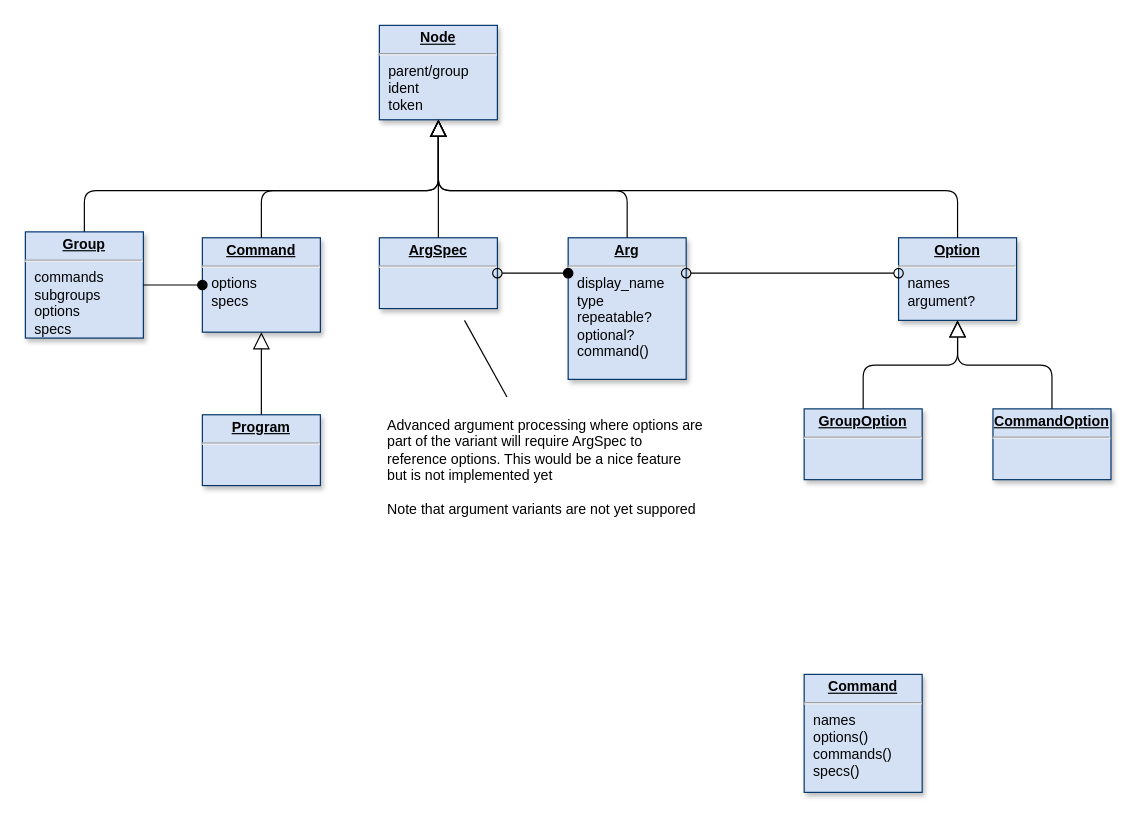
clrgit/shellopts keeps this draw.io diagram as page "Grammar" (2 of 7) of doc/diagram.drawio. Above is the earlier version. Source tidied: cells renumbered, new cells numbered last; positions are measured from the earlier drawing's top-left corner, leaving out a move shared by most shapes. Both pictures are drawn from the tidied source at 118%, with x=0, y=0 at pixel (25, 25).
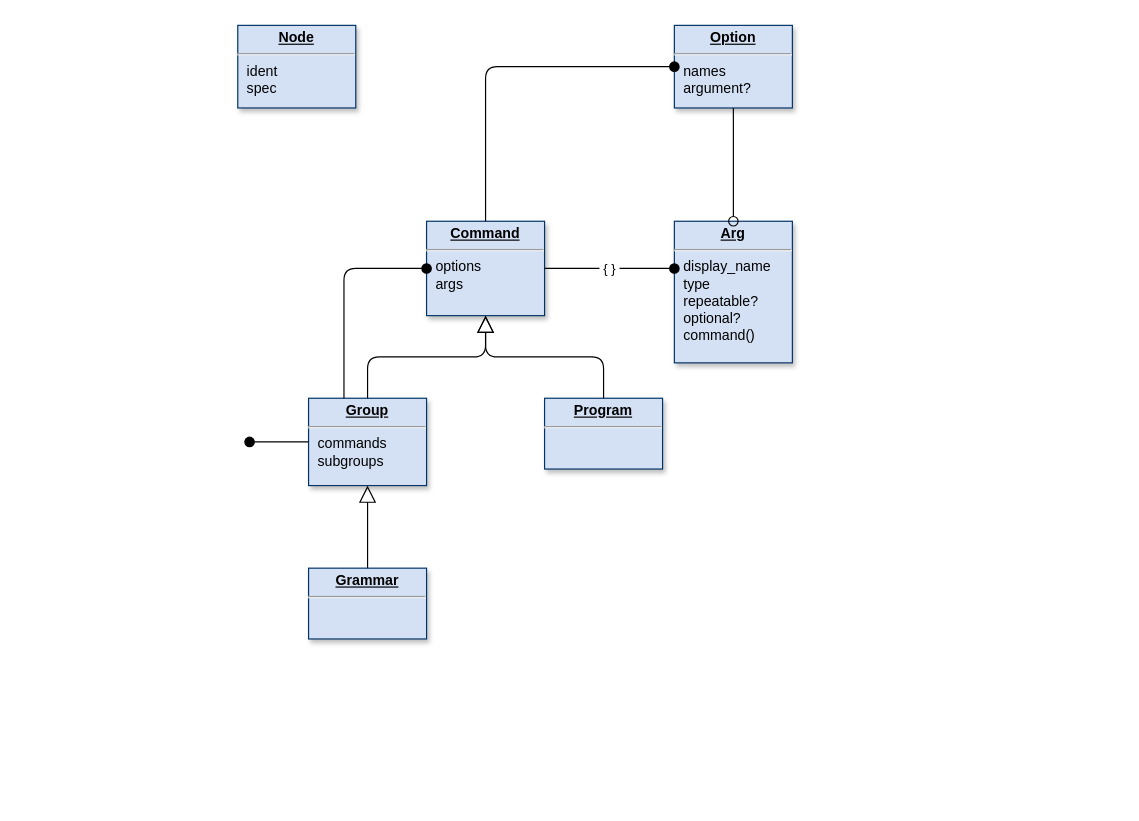
The same diagram, later.

Commit message (it also covers changes not shown here):
Cleaned up grammar data structure

The edit, as a diff of the source:
```diff
@@
-    <mxCell id="2" value="&lt;p style=&quot;margin: 0px ; margin-top: 4px ; text-align: center ; text-decoration: underline&quot;&gt;&lt;b&gt;Node&lt;/b&gt;&lt;/p&gt;&lt;hr&gt;&lt;p style=&quot;margin: 0px ; margin-left: 8px&quot;&gt;parent/group&lt;/p&gt;&lt;p style=&quot;margin: 0px ; margin-left: 8px&quot;&gt;ident&lt;/p&gt;&lt;p style=&quot;margin: 0px ; margin-left: 8px&quot;&gt;token&lt;/p&gt;" style="verticalAlign=top;align=left;overflow=fill;fontSize=12;fontFamily=Helvetica;html=1;shadow=1;strokeColor=#003366;fillColor=#D4E1F5;" parent="1" vertex="1">
-      <mxGeometry x="300" width="100" height="80" as="geometry" />
+    <mxCell id="2" value="&lt;p style=&quot;margin: 0px ; margin-top: 4px ; text-align: center ; text-decoration: underline&quot;&gt;&lt;b&gt;Node&lt;/b&gt;&lt;/p&gt;&lt;hr&gt;&lt;p style=&quot;margin: 0px ; margin-left: 8px&quot;&gt;&lt;span&gt;ident&lt;/span&gt;&lt;br&gt;&lt;/p&gt;&lt;p style=&quot;margin: 0px ; margin-left: 8px&quot;&gt;spec&lt;/p&gt;" style="verticalAlign=top;align=left;overflow=fill;fontSize=12;fontFamily=Helvetica;html=1;shadow=1;strokeColor=#003366;fillColor=#D4E1F5;" parent="1" vertex="1">
+      <mxGeometry x="180" width="100" height="70" as="geometry" />
     </mxCell>
     <mxCell id="3" value="&lt;p style=&quot;margin: 0px ; margin-top: 4px ; text-align: center ; text-decoration: underline&quot;&gt;&lt;b&gt;Option&lt;/b&gt;&lt;/p&gt;&lt;hr&gt;&lt;p style=&quot;margin: 0px ; margin-left: 8px&quot;&gt;&lt;span&gt;names&lt;/span&gt;&lt;br&gt;&lt;/p&gt;&lt;p style=&quot;margin: 0px ; margin-left: 8px&quot;&gt;&lt;span&gt;argument?&lt;/span&gt;&lt;/p&gt;" style="verticalAlign=top;align=left;overflow=fill;fontSize=12;fontFamily=Helvetica;html=1;shadow=1;strokeColor=#003366;fillColor=#D4E1F5;" parent="1" vertex="1">
-      <mxGeometry x="740" y="180" width="100" height="70" as="geometry" />
+      <mxGeometry x="550" width="100" height="70" as="geometry" />
     </mxCell>
-    <mxCell id="4" value="&lt;p style=&quot;margin: 0px ; margin-top: 4px ; text-align: center ; text-decoration: underline&quot;&gt;&lt;b&gt;Command&lt;/b&gt;&lt;/p&gt;&lt;hr&gt;&lt;p style=&quot;margin: 0px ; margin-left: 8px&quot;&gt;&lt;span&gt;names&lt;/span&gt;&lt;br&gt;&lt;/p&gt;&lt;p style=&quot;margin: 0px ; margin-left: 8px&quot;&gt;&lt;span&gt;options()&lt;/span&gt;&lt;/p&gt;&lt;p style=&quot;margin: 0px ; margin-left: 8px&quot;&gt;&lt;span&gt;commands()&lt;/span&gt;&lt;/p&gt;&lt;p style=&quot;margin: 0px ; margin-left: 8px&quot;&gt;&lt;span&gt;specs()&lt;/span&gt;&lt;/p&gt;" style="verticalAlign=top;align=left;overflow=fill;fontSize=12;fontFamily=Helvetica;html=1;shadow=1;strokeColor=#003366;fillColor=#D4E1F5;" parent="1" vertex="1">
-      <mxGeometry x="660" y="550" width="100" height="100" as="geometry" />
-    </mxCell>
     <mxCell id="5" value="&lt;p style=&quot;margin: 0px ; margin-top: 4px ; text-align: center ; text-decoration: underline&quot;&gt;&lt;b&gt;Program&lt;/b&gt;&lt;/p&gt;&lt;hr&gt;&lt;p style=&quot;margin: 0px ; margin-left: 8px&quot;&gt;&lt;br&gt;&lt;/p&gt;" style="verticalAlign=top;align=left;overflow=fill;fontSize=12;fontFamily=Helvetica;html=1;shadow=1;strokeColor=#003366;fillColor=#D4E1F5;" parent="1" vertex="1">
-      <mxGeometry x="150" y="330" width="100" height="60" as="geometry" />
+      <mxGeometry x="440" y="316" width="100" height="60" as="geometry" />
     </mxCell>
     <mxCell id="6" value="&lt;p style=&quot;margin: 0px ; margin-top: 4px ; text-align: center ; text-decoration: underline&quot;&gt;&lt;b&gt;Arg&lt;/b&gt;&lt;/p&gt;&lt;hr&gt;&lt;p style=&quot;margin: 0px 0px 0px 8px&quot;&gt;&lt;span&gt;display_name&lt;/span&gt;&lt;br&gt;&lt;/p&gt;&lt;p style=&quot;margin: 0px ; margin-left: 8px&quot;&gt;&lt;span&gt;type&lt;/span&gt;&lt;br&gt;&lt;/p&gt;&lt;p style=&quot;margin: 0px ; margin-left: 8px&quot;&gt;&lt;span&gt;repeatable?&lt;/span&gt;&lt;br&gt;&lt;/p&gt;&lt;p style=&quot;margin: 0px ; margin-left: 8px&quot;&gt;optional?&lt;/p&gt;&lt;p style=&quot;margin: 0px ; margin-left: 8px&quot;&gt;command()&lt;/p&gt;" style="verticalAlign=top;align=left;overflow=fill;fontSize=12;fontFamily=Helvetica;html=1;shadow=1;strokeColor=#003366;fillColor=#D4E1F5;" parent="1" vertex="1">
-      <mxGeometry x="460" y="180" width="100" height="120" as="geometry" />
+      <mxGeometry x="550" y="166" width="100" height="120" as="geometry" />
     </mxCell>
-    <mxCell id="7" value="&lt;p style=&quot;margin: 0px ; margin-top: 4px ; text-align: center ; text-decoration: underline&quot;&gt;&lt;b&gt;ArgSpec&lt;/b&gt;&lt;/p&gt;&lt;hr&gt;&lt;p style=&quot;margin: 0px ; margin-left: 8px&quot;&gt;&lt;br&gt;&lt;/p&gt;" style="verticalAlign=top;align=left;overflow=fill;fontSize=12;fontFamily=Helvetica;html=1;shadow=1;strokeColor=#003366;fillColor=#D4E1F5;" parent="1" vertex="1">
-      <mxGeometry x="300" y="180" width="100" height="60" as="geometry" />
-    </mxCell>
-    <mxCell id="8" style="endArrow=oval;endSize=8;startArrow=oval;startSize=8;startFill=0;edgeStyle=orthogonalEdgeStyle;html=1;endFill=1;" parent="1" edge="1" source="7" target="6">
-      <mxGeometry x="1479.5" y="855" as="geometry">
-        <Array as="points">
-          <mxPoint x="420" y="210" />
-          <mxPoint x="420" y="210" />
-        </Array>
-      </mxGeometry>
-    </mxCell>
-    <mxCell id="9" style="align=left;verticalAlign=top;labelBackgroundColor=#ffffff;fontSize=10;strokeColor=#003366;shadow=1;fillColor=#D4E1F5;fontColor=#003366;html=1;" parent="8" vertex="1">
-      <mxGeometry x="-1" relative="1" as="geometry">
-        <mxPoint x="10" as="offset" />
-      </mxGeometry>
-    </mxCell>
-    <mxCell id="10" style="align=right;verticalAlign=top;labelBackgroundColor=#ffffff;fontSize=10;strokeColor=#003366;shadow=1;fillColor=#D4E1F5;fontColor=#003366;html=1;" parent="8" vertex="1">
-      <mxGeometry x="1" relative="1" as="geometry">
-        <mxPoint x="20" y="-25" as="offset" />
-      </mxGeometry>
-    </mxCell>
-    <mxCell id="11" style="endArrow=oval;endSize=8;startArrow=oval;startSize=8;startFill=0;edgeStyle=orthogonalEdgeStyle;html=1;endFill=0;labelBackgroundColor=#FFFFFF;" parent="1" edge="1" source="6" target="3">
-      <mxGeometry x="1680" y="425" as="geometry">
-        <Array as="points">
-          <mxPoint x="590" y="210" />
-          <mxPoint x="590" y="210" />
-        </Array>
-      </mxGeometry>
-    </mxCell>
-    <mxCell id="12" style="align=left;verticalAlign=top;labelBackgroundColor=#ffffff;fontSize=10;strokeColor=#003366;shadow=1;fillColor=#D4E1F5;fontColor=#003366;html=1;" parent="11" vertex="1">
-      <mxGeometry x="-1" relative="1" as="geometry">
-        <mxPoint x="10" as="offset" />
-      </mxGeometry>
-    </mxCell>
-    <mxCell id="13" style="align=right;verticalAlign=top;labelBackgroundColor=#ffffff;fontSize=10;strokeColor=#003366;shadow=1;fillColor=#D4E1F5;fontColor=#003366;html=1;" parent="11" vertex="1">
-      <mxGeometry x="1" relative="1" as="geometry">
-        <mxPoint x="20" y="-25" as="offset" />
-      </mxGeometry>
-    </mxCell>
-    <mxCell id="14" style="endArrow=none;html=1;sourcePerimeterSpacing=10;startSize=0;targetPerimeterSpacing=10;labelBackgroundColor=#FFFFFF;" parent="1" edge="1" source="7" target="15">
-      <mxGeometry relative="1" as="geometry" />
-    </mxCell>
-    <mxCell id="15" value="Advanced argument processing where options are part of the variant will require ArgSpec to reference options. This would be a nice feature but is not implemented yet&lt;br&gt;&lt;br&gt;Note that argument variants are not yet suppored" style="text;html=1;strokeColor=none;fillColor=none;align=left;verticalAlign=top;whiteSpace=wrap;rounded=0;labelPosition=center;verticalLabelPosition=middle;" parent="1" vertex="1">
-      <mxGeometry x="305" y="325" width="270" height="95" as="geometry" />
-    </mxCell>
-    <mxCell id="16" style="endArrow=block;endFill=0;endSize=12;html=1;edgeStyle=elbowEdgeStyle;labelBackgroundColor=#FFFFFF;elbow=vertical;exitX=0.5;exitY=0;exitDx=0;exitDy=0;entryX=0.5;entryY=1;entryDx=0;entryDy=0;" parent="1" edge="1" source="6" target="2">
-      <mxGeometry relative="1" as="geometry">
-        <Array as="points">
-          <mxPoint x="490" y="140" />
-          <mxPoint x="460" y="170" />
-          <mxPoint x="450" y="160" />
-          <mxPoint x="520" y="140" />
-        </Array>
-      </mxGeometry>
-    </mxCell>
-    <mxCell id="17" style="endArrow=block;endFill=0;endSize=12;html=1;edgeStyle=elbowEdgeStyle;labelBackgroundColor=#FFFFFF;elbow=vertical;entryX=0.5;entryY=1;entryDx=0;entryDy=0;exitX=0.5;exitY=0;exitDx=0;exitDy=0;" parent="1" edge="1" source="7" target="2">
-      <mxGeometry relative="1" as="geometry">
-        <Array as="points">
-          <mxPoint x="400" y="140" />
-          <mxPoint x="400" y="135" />
-        </Array>
-      </mxGeometry>
-    </mxCell>
-    <mxCell id="18" style="endArrow=block;endFill=0;endSize=12;html=1;edgeStyle=elbowEdgeStyle;labelBackgroundColor=#FFFFFF;elbow=vertical;" parent="1" edge="1" source="3" target="2">
-      <mxGeometry relative="1" as="geometry">
-        <Array as="points">
-          <mxPoint x="600" y="140" />
-        </Array>
-      </mxGeometry>
-    </mxCell>
-    <mxCell id="19" value="&lt;p style=&quot;margin: 0px ; margin-top: 4px ; text-align: center ; text-decoration: underline&quot;&gt;&lt;b&gt;Group&lt;/b&gt;&lt;/p&gt;&lt;hr&gt;&lt;p style=&quot;margin: 0px ; margin-left: 8px&quot;&gt;&lt;span&gt;commands&lt;/span&gt;&lt;br&gt;&lt;/p&gt;&lt;p style=&quot;margin: 0px ; margin-left: 8px&quot;&gt;&lt;span&gt;subgroups&lt;/span&gt;&lt;/p&gt;&lt;p style=&quot;margin: 0px ; margin-left: 8px&quot;&gt;&lt;span&gt;options&lt;/span&gt;&lt;/p&gt;&lt;p style=&quot;margin: 0px ; margin-left: 8px&quot;&gt;&lt;span&gt;specs&lt;/span&gt;&lt;/p&gt;&lt;p style=&quot;margin: 0px ; margin-left: 8px&quot;&gt;&lt;br&gt;&lt;/p&gt;" style="verticalAlign=top;align=left;overflow=fill;fontSize=12;fontFamily=Helvetica;html=1;shadow=1;strokeColor=#003366;fillColor=#D4E1F5;" parent="1" vertex="1">
-      <mxGeometry y="175" width="100" height="90" as="geometry" />
+    <mxCell id="19" value="&lt;p style=&quot;margin: 0px ; margin-top: 4px ; text-align: center ; text-decoration: underline&quot;&gt;&lt;b&gt;Group&lt;/b&gt;&lt;/p&gt;&lt;hr&gt;&lt;p style=&quot;margin: 0px ; margin-left: 8px&quot;&gt;&lt;span&gt;commands&lt;/span&gt;&lt;br&gt;&lt;/p&gt;&lt;p style=&quot;margin: 0px ; margin-left: 8px&quot;&gt;&lt;span&gt;subgroups&lt;/span&gt;&lt;/p&gt;&lt;p style=&quot;margin: 0px ; margin-left: 8px&quot;&gt;&lt;br&gt;&lt;/p&gt;" style="verticalAlign=top;align=left;overflow=fill;fontSize=12;fontFamily=Helvetica;html=1;shadow=1;strokeColor=#003366;fillColor=#D4E1F5;" parent="1" vertex="1">
+      <mxGeometry x="240" y="316" width="100" height="74" as="geometry" />
     </mxCell>
-    <mxCell id="20" value="&lt;p style=&quot;margin: 0px ; margin-top: 4px ; text-align: center ; text-decoration: underline&quot;&gt;&lt;b&gt;Command&lt;/b&gt;&lt;/p&gt;&lt;hr&gt;&lt;p style=&quot;margin: 0px ; margin-left: 8px&quot;&gt;&lt;span&gt;options&lt;/span&gt;&lt;br&gt;&lt;/p&gt;&lt;p style=&quot;margin: 0px ; margin-left: 8px&quot;&gt;specs&lt;/p&gt;" style="verticalAlign=top;align=left;overflow=fill;fontSize=12;fontFamily=Helvetica;html=1;shadow=1;strokeColor=#003366;fillColor=#D4E1F5;" parent="1" vertex="1">
-      <mxGeometry x="150" y="180" width="100" height="80" as="geometry" />
+    <mxCell id="20" value="&lt;p style=&quot;margin: 0px ; margin-top: 4px ; text-align: center ; text-decoration: underline&quot;&gt;&lt;b&gt;Command&lt;/b&gt;&lt;/p&gt;&lt;hr&gt;&lt;p style=&quot;margin: 0px ; margin-left: 8px&quot;&gt;&lt;span&gt;options&lt;/span&gt;&lt;br&gt;&lt;/p&gt;&lt;p style=&quot;margin: 0px ; margin-left: 8px&quot;&gt;args&lt;/p&gt;" style="verticalAlign=top;align=left;overflow=fill;fontSize=12;fontFamily=Helvetica;html=1;shadow=1;strokeColor=#003366;fillColor=#D4E1F5;" parent="1" vertex="1">
+      <mxGeometry x="340" y="166" width="100" height="80" as="geometry" />
     </mxCell>
-    <mxCell id="21" style="endArrow=oval;endSize=8;startArrow=none;startSize=8;startFill=0;edgeStyle=orthogonalEdgeStyle;html=1;endFill=1;" parent="1" edge="1" source="19" target="20">
-      <mxGeometry x="1330" y="785" as="geometry" />
-    </mxCell>
-    <mxCell id="22" style="align=left;verticalAlign=top;labelBackgroundColor=#ffffff;fontSize=10;strokeColor=#003366;shadow=1;fillColor=#D4E1F5;fontColor=#003366;html=1;" parent="21" vertex="1">
-      <mxGeometry x="-1" relative="1" as="geometry">
-        <mxPoint x="10" as="offset" />
-      </mxGeometry>
-    </mxCell>
-    <mxCell id="23" style="align=right;verticalAlign=top;labelBackgroundColor=#ffffff;fontSize=10;strokeColor=#003366;shadow=1;fillColor=#D4E1F5;fontColor=#003366;html=1;" parent="21" vertex="1">
-      <mxGeometry x="1" relative="1" as="geometry">
-        <mxPoint x="20" y="-25" as="offset" />
-      </mxGeometry>
-    </mxCell>
-    <mxCell id="24" style="endArrow=block;endFill=0;endSize=12;html=1;labelBackgroundColor=#FFFFFF;elbow=vertical;edgeStyle=elbowEdgeStyle;entryX=0.5;entryY=1;entryDx=0;entryDy=0;" parent="1" edge="1" source="20" target="2">
-      <mxGeometry relative="1" as="geometry">
-        <Array as="points">
-          <mxPoint x="300" y="140" />
-          <mxPoint x="200" y="120" />
-          <mxPoint x="130" y="140" />
-        </Array>
-      </mxGeometry>
-    </mxCell>
@@
-    <mxCell id="26" style="endArrow=block;endFill=0;endSize=12;html=1;labelBackgroundColor=#FFFFFF;elbow=vertical;edgeStyle=elbowEdgeStyle;" parent="1" edge="1" source="19" target="2">
-      <mxGeometry relative="1" as="geometry">
-        <Array as="points">
-          <mxPoint x="190" y="140" />
-        </Array>
-      </mxGeometry>
-    </mxCell>
-    <mxCell id="27" value="&lt;p style=&quot;margin: 0px ; margin-top: 4px ; text-align: center ; text-decoration: underline&quot;&gt;&lt;b&gt;GroupOption&lt;/b&gt;&lt;/p&gt;&lt;hr&gt;&lt;p style=&quot;margin: 0px ; margin-left: 8px&quot;&gt;&lt;br&gt;&lt;/p&gt;" style="verticalAlign=top;align=left;overflow=fill;fontSize=12;fontFamily=Helvetica;html=1;shadow=1;strokeColor=#003366;fillColor=#D4E1F5;" parent="1" vertex="1">
-      <mxGeometry x="660" y="325" width="100" height="60" as="geometry" />
-    </mxCell>
-    <mxCell id="28" value="&lt;p style=&quot;margin: 0px ; margin-top: 4px ; text-align: center ; text-decoration: underline&quot;&gt;&lt;b&gt;CommandOption&lt;/b&gt;&lt;/p&gt;&lt;hr&gt;&lt;p style=&quot;margin: 0px ; margin-left: 8px&quot;&gt;&lt;br&gt;&lt;/p&gt;" style="verticalAlign=top;align=left;overflow=fill;fontSize=12;fontFamily=Helvetica;html=1;shadow=1;strokeColor=#003366;fillColor=#D4E1F5;" parent="1" vertex="1">
-      <mxGeometry x="820" y="325" width="100" height="60" as="geometry" />
-    </mxCell>
-    <mxCell id="29" style="endArrow=block;endFill=0;endSize=12;html=1;labelBackgroundColor=#FFFFFF;elbow=vertical;edgeStyle=elbowEdgeStyle;" parent="1" edge="1" source="27" target="3">
-      <mxGeometry relative="1" as="geometry" />
-    </mxCell>
-    <mxCell id="30" style="endArrow=block;endFill=0;endSize=12;html=1;labelBackgroundColor=#FFFFFF;elbow=vertical;edgeStyle=elbowEdgeStyle;" parent="1" edge="1" source="28" target="3">
-      <mxGeometry relative="1" as="geometry" />
-    </mxCell>
+    <mxCell id="31" style="endArrow=block;endFill=0;endSize=12;html=1;labelBackgroundColor=#FFFFFF;elbow=vertical;edgeStyle=elbowEdgeStyle;" parent="1" edge="1" source="19" target="20">
+      <mxGeometry relative="1" as="geometry" />
+    </mxCell>
+    <mxCell id="32" value="&lt;p style=&quot;margin: 0px ; margin-top: 4px ; text-align: center ; text-decoration: underline&quot;&gt;&lt;b&gt;Grammar&lt;/b&gt;&lt;/p&gt;&lt;hr&gt;&lt;p style=&quot;margin: 0px ; margin-left: 8px&quot;&gt;&lt;br&gt;&lt;/p&gt;" style="verticalAlign=top;align=left;overflow=fill;fontSize=12;fontFamily=Helvetica;html=1;shadow=1;strokeColor=#003366;fillColor=#D4E1F5;" parent="1" vertex="1">
+      <mxGeometry x="240" y="460" width="100" height="60" as="geometry" />
+    </mxCell>
+    <mxCell id="33" style="endArrow=block;endFill=0;endSize=12;html=1;labelBackgroundColor=#FFFFFF;elbow=vertical;edgeStyle=elbowEdgeStyle;" parent="1" edge="1" source="32" target="19">
+      <mxGeometry relative="1" as="geometry" />
+    </mxCell>
+    <mxCell id="34" style="endArrow=oval;endSize=8;startArrow=none;startSize=8;startFill=0;edgeStyle=orthogonalEdgeStyle;html=1;endFill=1;" parent="1" edge="1" source="20" target="3">
+      <mxGeometry x="1320" y="415" as="geometry">
+        <Array as="points">
+          <mxPoint x="390" y="35" />
+        </Array>
+      </mxGeometry>
+    </mxCell>
+    <mxCell id="35" style="align=left;verticalAlign=top;labelBackgroundColor=#ffffff;fontSize=10;strokeColor=#003366;shadow=1;fillColor=#D4E1F5;fontColor=#003366;html=1;" parent="34" vertex="1">
+      <mxGeometry x="-1" relative="1" as="geometry">
+        <mxPoint x="10" as="offset" />
+      </mxGeometry>
+    </mxCell>
+    <mxCell id="36" style="align=right;verticalAlign=top;labelBackgroundColor=#ffffff;fontSize=10;strokeColor=#003366;shadow=1;fillColor=#D4E1F5;fontColor=#003366;html=1;" parent="34" vertex="1">
+      <mxGeometry x="1" relative="1" as="geometry">
+        <mxPoint x="20" y="-25" as="offset" />
+      </mxGeometry>
+    </mxCell>
+    <mxCell id="37" value="&amp;nbsp;{ }&amp;nbsp;" style="endArrow=oval;endSize=8;startArrow=none;startSize=8;startFill=0;edgeStyle=orthogonalEdgeStyle;html=1;endFill=1;" parent="1" edge="1" source="20" target="6">
+      <mxGeometry x="1640" y="485" as="geometry">
+        <Array as="points">
+          <mxPoint x="510" y="206" />
+          <mxPoint x="510" y="206" />
+        </Array>
+      </mxGeometry>
+    </mxCell>
+    <mxCell id="38" style="align=left;verticalAlign=top;labelBackgroundColor=#ffffff;fontSize=10;strokeColor=#003366;shadow=1;fillColor=#D4E1F5;fontColor=#003366;html=1;" parent="37" vertex="1">
+      <mxGeometry x="-1" relative="1" as="geometry">
+        <mxPoint x="10" as="offset" />
+      </mxGeometry>
+    </mxCell>
+    <mxCell id="39" style="align=right;verticalAlign=top;labelBackgroundColor=#ffffff;fontSize=10;strokeColor=#003366;shadow=1;fillColor=#D4E1F5;fontColor=#003366;html=1;" parent="37" vertex="1">
+      <mxGeometry x="1" relative="1" as="geometry">
+        <mxPoint x="20" y="-25" as="offset" />
+      </mxGeometry>
+    </mxCell>
+    <mxCell id="40" style="endArrow=oval;endSize=8;startArrow=none;startSize=8;startFill=0;edgeStyle=orthogonalEdgeStyle;html=1;endFill=0;" parent="1" edge="1" source="3" target="6">
+      <mxGeometry x="1740" y="445" as="geometry" />
+    </mxCell>
+    <mxCell id="41" style="align=left;verticalAlign=top;labelBackgroundColor=#ffffff;fontSize=10;strokeColor=#003366;shadow=1;fillColor=#D4E1F5;fontColor=#003366;html=1;" parent="40" vertex="1">
+      <mxGeometry x="-1" relative="1" as="geometry">
+        <mxPoint x="10" as="offset" />
+      </mxGeometry>
+    </mxCell>
+    <mxCell id="42" style="align=right;verticalAlign=top;labelBackgroundColor=#ffffff;fontSize=10;strokeColor=#003366;shadow=1;fillColor=#D4E1F5;fontColor=#003366;html=1;" parent="40" vertex="1">
+      <mxGeometry x="1" relative="1" as="geometry">
+        <mxPoint x="20" y="-25" as="offset" />
+      </mxGeometry>
+    </mxCell>
+    <mxCell id="43" style="endArrow=oval;endSize=8;startArrow=none;startSize=8;startFill=0;edgeStyle=orthogonalEdgeStyle;html=1;endFill=1;" parent="1" edge="1" source="19" target="20">
+      <mxGeometry x="1120" y="535" as="geometry">
+        <Array as="points">
+          <mxPoint x="270" y="206" />
+        </Array>
+      </mxGeometry>
+    </mxCell>
+    <mxCell id="44" style="align=left;verticalAlign=top;labelBackgroundColor=#ffffff;fontSize=10;strokeColor=#003366;shadow=1;fillColor=#D4E1F5;fontColor=#003366;html=1;" parent="43" vertex="1">
+      <mxGeometry x="-1" relative="1" as="geometry">
+        <mxPoint x="10" as="offset" />
+      </mxGeometry>
+    </mxCell>
+    <mxCell id="45" style="align=right;verticalAlign=top;labelBackgroundColor=#ffffff;fontSize=10;strokeColor=#003366;shadow=1;fillColor=#D4E1F5;fontColor=#003366;html=1;" parent="43" vertex="1">
+      <mxGeometry x="1" relative="1" as="geometry">
+        <mxPoint x="20" y="-25" as="offset" />
+      </mxGeometry>
+    </mxCell>
+    <mxCell id="46" style="endArrow=oval;endSize=8;startArrow=none;startSize=8;startFill=0;edgeStyle=orthogonalEdgeStyle;html=1;endFill=1;" parent="1" edge="1" source="19">
+      <mxGeometry x="1120" y="655" as="geometry">
+        <mxPoint x="190" y="353" as="targetPoint" />
+      </mxGeometry>
+    </mxCell>
+    <mxCell id="47" style="align=left;verticalAlign=top;labelBackgroundColor=#ffffff;fontSize=10;strokeColor=#003366;shadow=1;fillColor=#D4E1F5;fontColor=#003366;html=1;" parent="46" vertex="1">
+      <mxGeometry x="-1" relative="1" as="geometry">
+        <mxPoint x="10" as="offset" />
+      </mxGeometry>
+    </mxCell>
+    <mxCell id="48" style="align=right;verticalAlign=top;labelBackgroundColor=#ffffff;fontSize=10;strokeColor=#003366;shadow=1;fillColor=#D4E1F5;fontColor=#003366;html=1;" parent="46" vertex="1">
+      <mxGeometry x="1" relative="1" as="geometry">
+        <mxPoint x="20" y="-25" as="offset" />
+      </mxGeometry>
+    </mxCell>
```
